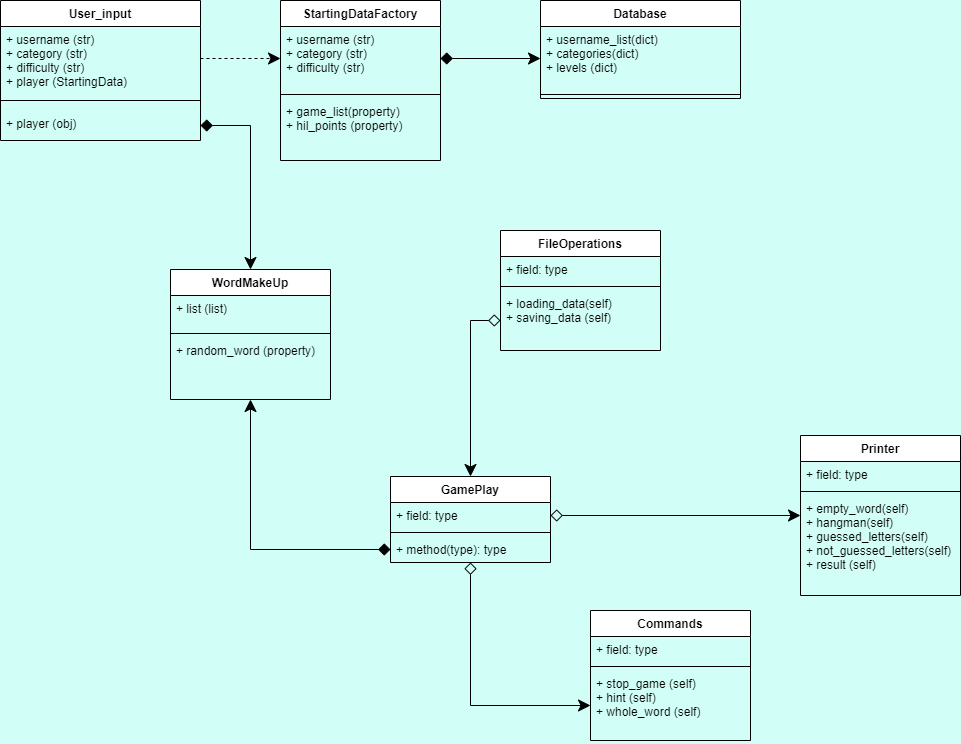
The draw.io diagram hangman/images/hangman_class_diagram.png in jordrag/Exercises, before a commit. Source tidied: cells renumbered, new cells last; positions are measured from the earlier drawing's top-left corner, leaving out a move shared by most shapes.
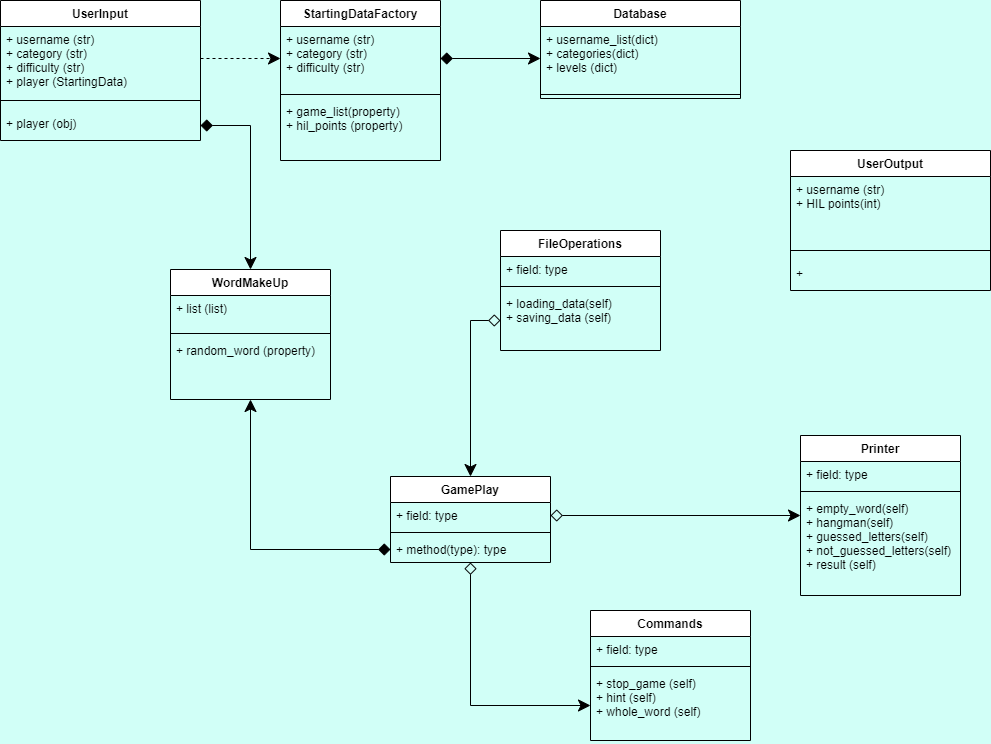
After the commit.

What changed in the source:
```diff
@@ -74,7 +74,7 @@
     <mxCell id="25" value="+ empty_word(self)&#10;+ hangman(self)&#10;+ guessed_letters(self)&#10;+ not_guessed_letters(self)&#10;+ result (self)" style="text;strokeColor=none;fillColor=none;align=left;verticalAlign=top;spacingLeft=4;spacingRight=4;overflow=hidden;" parent="22" vertex="1">
       <mxGeometry y="60" width="160" height="100" as="geometry" />
     </mxCell>
-    <mxCell id="26" value="User_input" style="swimlane;fontStyle=1;align=center;verticalAlign=top;horizontal=1;startSize=26;" parent="1" vertex="1">
+    <mxCell id="26" value="UserInput" style="swimlane;fontStyle=1;align=center;verticalAlign=top;horizontal=1;startSize=26;" parent="1" vertex="1">
       <mxGeometry width="200" height="140" as="geometry" />
     </mxCell>
     <mxCell id="27" value="+ username (str)&#10;+ category (str)&#10;+ difficulty (str)&#10;+ player (StartingData)" style="text;strokeColor=none;fillColor=none;align=left;verticalAlign=top;spacingLeft=4;spacingRight=4;overflow=hidden;points=[[0,0.5],[1,0.5]];portConstraint=eastwest;" parent="26" vertex="1">
@@ -116,5 +116,17 @@
     <mxCell id="39" style="edgeStyle=orthogonalEdgeStyle;rounded=0;jettySize=auto;html=1;startArrow=diamond;startFill=0;endArrow=classic;endFill=1;startSize=10;endSize=10;" parent="1" edge="1" source="21" target="10">
       <mxGeometry relative="1" as="geometry" />
     </mxCell>
+    <mxCell id="40" value="UserOutput" style="swimlane;fontStyle=1;align=center;verticalAlign=top;horizontal=1;startSize=26;" parent="1" vertex="1">
+      <mxGeometry x="790" y="150" width="200" height="140" as="geometry" />
+    </mxCell>
+    <mxCell id="41" value="+ username (str)&#10;+ HIL points(int)&#10;" style="text;strokeColor=none;fillColor=none;align=left;verticalAlign=top;spacingLeft=4;spacingRight=4;overflow=hidden;" parent="40" vertex="1">
+      <mxGeometry y="26" width="200" height="64" as="geometry" />
+    </mxCell>
+    <mxCell id="42" style="line;strokeWidth=1;fillColor=none;align=left;verticalAlign=middle;spacingTop=-1;spacingLeft=3;spacingRight=3;labelPosition=right;strokeColor=inherit;" parent="40" vertex="1">
+      <mxGeometry y="90" width="200" height="20" as="geometry" />
+    </mxCell>
+    <mxCell id="43" value="+ " style="text;strokeColor=none;fillColor=none;align=left;verticalAlign=top;spacingLeft=4;spacingRight=4;overflow=hidden;" parent="40" vertex="1">
+      <mxGeometry y="110" width="200" height="30" as="geometry" />
+    </mxCell>
   </root>
 </mxGraphModel>
```
